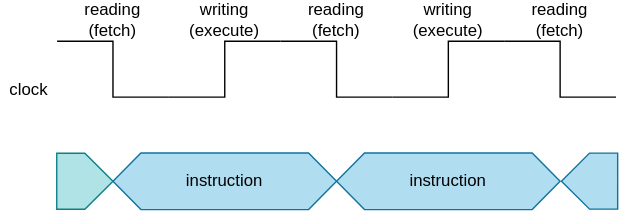
Before: no_pipeline/alib/instruction_cycle.svg, a diagram exported from draw.io (UandersonSilva/MIPS). Source tidied: cells renumbered, new cells last; positions are measured from the earlier drawing's top-left corner, leaving out a move shared by most shapes.
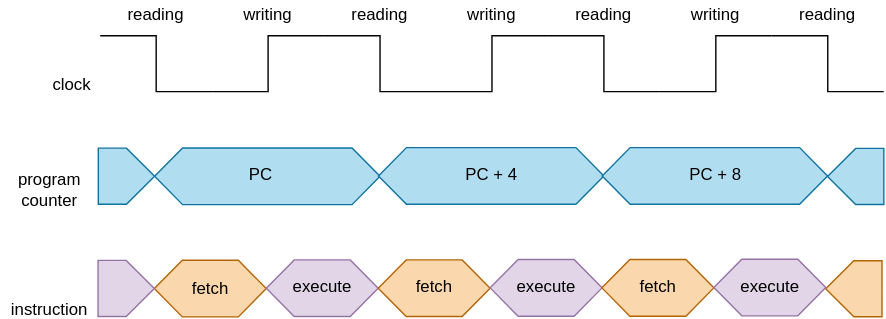
The same file after the commit.

Diff of the diagram source:
```diff
@@ -17,41 +17,107 @@
     <mxCell id="6" style="verticalLabelPosition=bottom;shadow=0;dashed=0;align=center;html=1;verticalAlign=top;shape=mxgraph.electrical.waveforms.step_2;" parent="1" vertex="1">
       <mxGeometry x="360" y="25" width="80" height="40" as="geometry" />
     </mxCell>
-    <mxCell id="7" value="reading&lt;br&gt;(fetch)" style="text;html=1;strokeColor=none;fillColor=none;align=center;verticalAlign=middle;whiteSpace=wrap;rounded=0;" parent="1" vertex="1">
+    <mxCell id="7" value="reading" style="text;html=1;strokeColor=none;fillColor=none;align=center;verticalAlign=middle;whiteSpace=wrap;rounded=0;" parent="1" vertex="1">
       <mxGeometry x="60" width="40" height="20" as="geometry" />
     </mxCell>
-    <mxCell id="8" value="writing&lt;br&gt;(execute)" style="text;html=1;strokeColor=none;fillColor=none;align=center;verticalAlign=middle;whiteSpace=wrap;rounded=0;" parent="1" vertex="1">
+    <mxCell id="8" value="writing" style="text;html=1;strokeColor=none;fillColor=none;align=center;verticalAlign=middle;whiteSpace=wrap;rounded=0;" parent="1" vertex="1">
       <mxGeometry x="140" width="40" height="20" as="geometry" />
     </mxCell>
-    <mxCell id="9" value="reading&lt;br&gt;(fetch)" style="text;html=1;strokeColor=none;fillColor=none;align=center;verticalAlign=middle;whiteSpace=wrap;rounded=0;" parent="1" vertex="1">
+    <mxCell id="9" value="reading" style="text;html=1;strokeColor=none;fillColor=none;align=center;verticalAlign=middle;whiteSpace=wrap;rounded=0;" parent="1" vertex="1">
       <mxGeometry x="220" width="40" height="20" as="geometry" />
     </mxCell>
-    <mxCell id="10" value="writing&lt;br&gt;(execute)" style="text;html=1;strokeColor=none;fillColor=none;align=center;verticalAlign=middle;whiteSpace=wrap;rounded=0;" parent="1" vertex="1">
+    <mxCell id="10" value="writing" style="text;html=1;strokeColor=none;fillColor=none;align=center;verticalAlign=middle;whiteSpace=wrap;rounded=0;" parent="1" vertex="1">
       <mxGeometry x="300" width="40" height="20" as="geometry" />
     </mxCell>
-    <mxCell id="11" value="reading&lt;br&gt;(fetch)" style="text;html=1;strokeColor=none;fillColor=none;align=center;verticalAlign=middle;whiteSpace=wrap;rounded=0;" parent="1" vertex="1">
+    <mxCell id="11" value="reading" style="text;html=1;strokeColor=none;fillColor=none;align=center;verticalAlign=middle;whiteSpace=wrap;rounded=0;" parent="1" vertex="1">
       <mxGeometry x="380" width="40" height="20" as="geometry" />
     </mxCell>
     <mxCell id="12" value="clock" style="text;html=1;strokeColor=none;fillColor=none;align=center;verticalAlign=middle;whiteSpace=wrap;rounded=0;" parent="1" vertex="1">
       <mxGeometry y="55" width="40" height="10" as="geometry" />
     </mxCell>
-    <mxCell id="13" style="shape=hexagon;perimeter=hexagonPerimeter2;whiteSpace=wrap;html=1;fixedSize=1;fillColor=#b1ddf0;strokeColor=#10739e;" parent="1" vertex="1">
-      <mxGeometry x="80" y="105" width="160" height="40.5" as="geometry" />
+    <mxCell id="13" style="shape=hexagon;perimeter=hexagonPerimeter2;whiteSpace=wrap;html=1;fixedSize=1;fillColor=#fad7ac;strokeColor=#b46504;" parent="1" vertex="1">
+      <mxGeometry x="78.7" y="185.5" width="80" height="40.5" as="geometry" />
     </mxCell>
-    <mxCell id="14" style="shape=hexagon;perimeter=hexagonPerimeter2;whiteSpace=wrap;html=1;fixedSize=1;fillColor=#b1ddf0;strokeColor=#10739e;" parent="1" vertex="1">
-      <mxGeometry x="240" y="105" width="160" height="40.5" as="geometry" />
-    </mxCell>
-    <mxCell id="15" style="verticalLabelPosition=bottom;verticalAlign=top;html=1;shape=offPageConnector;rounded=0;size=0.5;rotation=-90;fillColor=#b0e3e6;strokeColor=#0e8088;" parent="1" vertex="1">
-      <mxGeometry x="39.8" y="105.1" width="40.1" height="40.2" as="geometry" />
+    <mxCell id="15" style="verticalLabelPosition=bottom;verticalAlign=top;html=1;shape=offPageConnector;rounded=0;size=0.5;rotation=-90;fillColor=#e1d5e7;strokeColor=#9673a6;" parent="1" vertex="1">
+      <mxGeometry x="38.5" y="185.6" width="40.1" height="40.2" as="geometry" />
     </mxCell>
-    <mxCell id="16" style="verticalLabelPosition=bottom;verticalAlign=top;html=1;shape=offPageConnector;rounded=0;size=0.5;rotation=90;fillColor=#b1ddf0;strokeColor=#10739e;" parent="1" vertex="1">
-      <mxGeometry x="401" y="105" width="40.1" height="40.2" as="geometry" />
+    <mxCell id="16" style="verticalLabelPosition=bottom;verticalAlign=top;html=1;shape=offPageConnector;rounded=0;size=0.5;rotation=90;fillColor=#fad7ac;strokeColor=#b46504;" parent="1" vertex="1">
+      <mxGeometry x="558.6" y="185.8" width="40.1" height="40.2" as="geometry" />
     </mxCell>
-    <mxCell id="17" value="instruction" style="text;html=1;strokeColor=none;fillColor=none;align=center;verticalAlign=middle;whiteSpace=wrap;rounded=0;" parent="1" vertex="1">
-      <mxGeometry x="135" y="120.1" width="50" height="10" as="geometry" />
+    <mxCell id="17" value="fetch" style="text;html=1;strokeColor=none;fillColor=none;align=center;verticalAlign=middle;whiteSpace=wrap;rounded=0;" parent="1" vertex="1">
+      <mxGeometry x="93.7" y="200.6" width="50" height="10" as="geometry" />
     </mxCell>
+    <mxCell id="19" style="shape=hexagon;perimeter=hexagonPerimeter2;whiteSpace=wrap;html=1;fixedSize=1;fillColor=#e1d5e7;strokeColor=#9673a6;" parent="1" vertex="1">
+      <mxGeometry x="158.7" y="185.2" width="80" height="40.5" as="geometry" />
+    </mxCell>
+    <mxCell id="20" value="execute" style="text;html=1;strokeColor=none;fillColor=none;align=center;verticalAlign=middle;whiteSpace=wrap;rounded=0;" parent="1" vertex="1">
+      <mxGeometry x="173.7" y="200.4" width="50" height="10" as="geometry" />
+    </mxCell>
+    <mxCell id="21" style="shape=hexagon;perimeter=hexagonPerimeter2;whiteSpace=wrap;html=1;fixedSize=1;fillColor=#fad7ac;strokeColor=#b46504;" parent="1" vertex="1">
+      <mxGeometry x="238.7" y="185.2" width="80" height="40.5" as="geometry" />
+    </mxCell>
+    <mxCell id="22" value="fetch" style="text;html=1;strokeColor=none;fillColor=none;align=center;verticalAlign=middle;whiteSpace=wrap;rounded=0;" parent="1" vertex="1">
+      <mxGeometry x="253.7" y="200.4" width="50" height="10" as="geometry" />
+    </mxCell>
+    <mxCell id="23" style="shape=hexagon;perimeter=hexagonPerimeter2;whiteSpace=wrap;html=1;fixedSize=1;fillColor=#e1d5e7;strokeColor=#9673a6;" parent="1" vertex="1">
+      <mxGeometry x="318.7" y="185" width="80" height="40.5" as="geometry" />
+    </mxCell>
+    <mxCell id="24" value="execute" style="text;html=1;strokeColor=none;fillColor=none;align=center;verticalAlign=middle;whiteSpace=wrap;rounded=0;" parent="1" vertex="1">
+      <mxGeometry x="333.7" y="200.1" width="50" height="10" as="geometry" />
+    </mxCell>
-    <mxCell id="18" value="instruction" style="text;html=1;strokeColor=none;fillColor=none;align=center;verticalAlign=middle;whiteSpace=wrap;rounded=0;strokeWidth=1;fontSize=12;" parent="1" vertex="1">
-      <mxGeometry x="295" y="120.1" width="50" height="10" as="geometry" />
+    <mxCell id="18" value="instruction" style="text;html=1;strokeColor=none;fillColor=none;align=center;verticalAlign=middle;whiteSpace=wrap;rounded=0;" parent="1" vertex="1">
+      <mxGeometry x="-31.3" y="215.5" width="70" height="10" as="geometry" />
     </mxCell>
+    <mxCell id="25" style="shape=hexagon;perimeter=hexagonPerimeter2;whiteSpace=wrap;html=1;fixedSize=1;fillColor=#b1ddf0;strokeColor=#10739e;" parent="1" vertex="1">
+      <mxGeometry x="78.9" y="105.2" width="161.1" height="40.5" as="geometry" />
+    </mxCell>
+    <mxCell id="26" style="verticalLabelPosition=bottom;verticalAlign=top;html=1;shape=offPageConnector;rounded=0;size=0.5;rotation=-90;fillColor=#b1ddf0;strokeColor=#10739e;" parent="1" vertex="1">
+      <mxGeometry x="38.7" y="105.3" width="40.1" height="40.2" as="geometry" />
+    </mxCell>
+    <mxCell id="27" style="verticalLabelPosition=bottom;verticalAlign=top;html=1;shape=offPageConnector;rounded=0;size=0.5;rotation=90;fillColor=#b1ddf0;strokeColor=#10739e;" parent="1" vertex="1">
+      <mxGeometry x="559.9" y="105.5" width="40.1" height="40.2" as="geometry" />
+    </mxCell>
+    <mxCell id="28" value="PC" style="text;html=1;strokeColor=none;fillColor=none;align=center;verticalAlign=middle;whiteSpace=wrap;rounded=0;" parent="1" vertex="1">
+      <mxGeometry x="130" y="120.4" width="50" height="10" as="geometry" />
+    </mxCell>
+    <mxCell id="29" style="shape=hexagon;perimeter=hexagonPerimeter2;whiteSpace=wrap;html=1;fixedSize=1;fillColor=#b1ddf0;strokeColor=#10739e;" parent="1" vertex="1">
+      <mxGeometry x="238.9" y="105" width="161.1" height="40.5" as="geometry" />
+    </mxCell>
+    <mxCell id="30" value="PC + 4" style="text;html=1;strokeColor=none;fillColor=none;align=center;verticalAlign=middle;whiteSpace=wrap;rounded=0;" parent="1" vertex="1">
+      <mxGeometry x="295" y="120.2" width="50" height="10" as="geometry" />
+    </mxCell>
+    <mxCell id="31" style="verticalLabelPosition=bottom;shadow=0;dashed=0;align=center;html=1;verticalAlign=top;shape=mxgraph.electrical.waveforms.step_1;" parent="1" vertex="1">
+      <mxGeometry x="440" y="25" width="80" height="40" as="geometry" />
+    </mxCell>
+    <mxCell id="32" style="verticalLabelPosition=bottom;shadow=0;dashed=0;align=center;html=1;verticalAlign=top;shape=mxgraph.electrical.waveforms.step_2;" parent="1" vertex="1">
+      <mxGeometry x="520" y="25" width="80" height="40" as="geometry" />
+    </mxCell>
+    <mxCell id="33" value="writing" style="text;html=1;strokeColor=none;fillColor=none;align=center;verticalAlign=middle;whiteSpace=wrap;rounded=0;" parent="1" vertex="1">
+      <mxGeometry x="460" width="40" height="20" as="geometry" />
+    </mxCell>
+    <mxCell id="34" value="reading" style="text;html=1;strokeColor=none;fillColor=none;align=center;verticalAlign=middle;whiteSpace=wrap;rounded=0;" parent="1" vertex="1">
+      <mxGeometry x="540" width="40" height="20" as="geometry" />
+    </mxCell>
+    <mxCell id="35" style="shape=hexagon;perimeter=hexagonPerimeter2;whiteSpace=wrap;html=1;fixedSize=1;fillColor=#fad7ac;strokeColor=#b46504;" parent="1" vertex="1">
+      <mxGeometry x="398.6" y="185" width="80" height="40.5" as="geometry" />
+    </mxCell>
+    <mxCell id="36" value="fetch" style="text;html=1;strokeColor=none;fillColor=none;align=center;verticalAlign=middle;whiteSpace=wrap;rounded=0;" parent="1" vertex="1">
+      <mxGeometry x="413.6" y="200.1" width="50" height="10" as="geometry" />
+    </mxCell>
+    <mxCell id="37" style="shape=hexagon;perimeter=hexagonPerimeter2;whiteSpace=wrap;html=1;fixedSize=1;fillColor=#e1d5e7;strokeColor=#9673a6;" parent="1" vertex="1">
+      <mxGeometry x="478.6" y="184.8" width="80" height="40.5" as="geometry" />
+    </mxCell>
+    <mxCell id="38" value="execute" style="text;html=1;strokeColor=none;fillColor=none;align=center;verticalAlign=middle;whiteSpace=wrap;rounded=0;" parent="1" vertex="1">
+      <mxGeometry x="493.6" y="199.9" width="50" height="10" as="geometry" />
+    </mxCell>
+    <mxCell id="39" style="shape=hexagon;perimeter=hexagonPerimeter2;whiteSpace=wrap;html=1;fixedSize=1;fillColor=#b1ddf0;strokeColor=#10739e;" parent="1" vertex="1">
+      <mxGeometry x="398.8" y="105" width="161.1" height="40.5" as="geometry" />
+    </mxCell>
+    <mxCell id="40" value="PC + 8" style="text;html=1;strokeColor=none;fillColor=none;align=center;verticalAlign=middle;whiteSpace=wrap;rounded=0;" parent="1" vertex="1">
+      <mxGeometry x="454.9" y="120.2" width="50" height="10" as="geometry" />
+    </mxCell>
+    <mxCell id="41" value="program&lt;br&gt;counter" style="text;html=1;strokeColor=none;fillColor=none;align=center;verticalAlign=middle;whiteSpace=wrap;rounded=0;" parent="1" vertex="1">
+      <mxGeometry x="-31.3" y="124.8" width="70" height="20.8" as="geometry" />
+    </mxCell>
   </root>
 </mxGraphModel>
```
